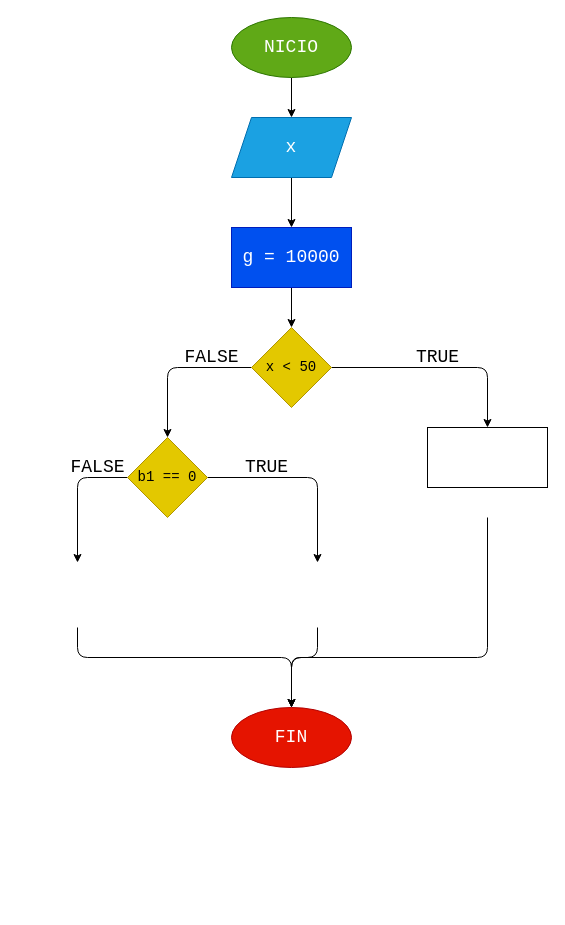
Before: Ejercicio_5/diagrama.drawio in JFEstevezC/Taller_Instrucciones_Condicionales, a draw.io diagram. Source tidied: cells renumbered, new cells numbered last; positions are measured from the earlier drawing's top-left corner, leaving out a move shared by most shapes. Both pictures are drawn from the tidied source at 100%, with x=0, y=0 at pixel (57, 17).
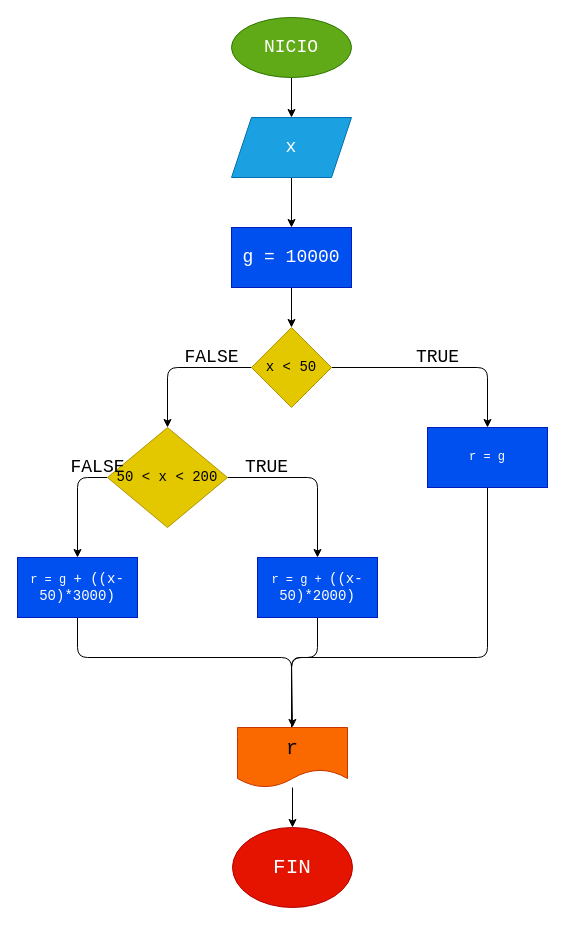
The same diagram, later.

The edit, as a diff of the source:
```diff
@@
-    <mxCell id="11" style="edgeStyle=none;html=1;entryX=0.5;entryY=0;entryDx=0;entryDy=0;fontFamily=Courier New;fontSize=18;" parent="1" edge="1" target="17">
+    <mxCell id="11" style="edgeStyle=none;html=1;entryX=0.5;entryY=0;entryDx=0;entryDy=0;fontFamily=Courier New;fontSize=18;exitX=0.5;exitY=1;exitDx=0;exitDy=0;" parent="1" edge="1" source="22">
       <mxGeometry relative="1" as="geometry">
-        <mxPoint x="430" y="500" as="sourcePoint" />
+        <mxPoint x="234" y="720" as="targetPoint" />
         <Array as="points">
           <mxPoint x="430" y="640" />
           <mxPoint x="234" y="640" />
         </Array>
       </mxGeometry>
     </mxCell>
-    <mxCell id="12" style="edgeStyle=none;html=1;fontFamily=Courier New;fontSize=18;" parent="1" edge="1" source="14">
+    <mxCell id="12" style="edgeStyle=none;html=1;fontFamily=Courier New;fontSize=18;entryX=0.5;entryY=0;entryDx=0;entryDy=0;" parent="1" edge="1" source="14" target="23">
       <mxGeometry relative="1" as="geometry">
-        <mxPoint x="260" y="545" as="targetPoint" />
         <Array as="points">
           <mxPoint x="260" y="460" />
         </Array>
       </mxGeometry>
     </mxCell>
-    <mxCell id="13" style="edgeStyle=none;html=1;fontFamily=Courier New;fontSize=18;" parent="1" edge="1" source="14">
+    <mxCell id="13" style="edgeStyle=none;html=1;fontFamily=Courier New;fontSize=18;entryX=0.5;entryY=0;entryDx=0;entryDy=0;" parent="1" edge="1" source="14" target="24">
       <mxGeometry relative="1" as="geometry">
-        <mxPoint x="20" y="545" as="targetPoint" />
         <Array as="points">
           <mxPoint x="20" y="460" />
         </Array>
       </mxGeometry>
     </mxCell>
-    <mxCell id="14" value="b1 == 0" style="rhombus;whiteSpace=wrap;html=1;fillColor=#e3c800;fontColor=#000000;strokeColor=#B09500;fontFamily=Courier New;fontSize=14;" parent="1" vertex="1">
-      <mxGeometry x="70" y="420" width="80" height="80" as="geometry" />
+    <mxCell id="14" value="50 &amp;lt; x &amp;lt; 200" style="rhombus;whiteSpace=wrap;html=1;fillColor=#e3c800;fontColor=#000000;strokeColor=#B09500;fontFamily=Courier New;fontSize=14;" parent="1" vertex="1">
+      <mxGeometry x="50" y="410" width="120" height="100" as="geometry" />
     </mxCell>
-    <mxCell id="15" style="edgeStyle=none;html=1;entryX=0.5;entryY=0;entryDx=0;entryDy=0;fontFamily=Courier New;fontSize=18;" parent="1" edge="1" target="17">
+    <mxCell id="15" style="edgeStyle=none;html=1;entryX=0.5;entryY=0;entryDx=0;entryDy=0;fontFamily=Courier New;fontSize=18;exitX=0.5;exitY=1;exitDx=0;exitDy=0;" parent="1" edge="1" source="23">
       <mxGeometry relative="1" as="geometry">
-        <mxPoint x="260" y="610" as="sourcePoint" />
+        <mxPoint x="234" y="720" as="targetPoint" />
         <Array as="points">
           <mxPoint x="260" y="640" />
           <mxPoint x="234" y="640" />
         </Array>
       </mxGeometry>
     </mxCell>
-    <mxCell id="16" style="edgeStyle=none;html=1;entryX=0.5;entryY=0;entryDx=0;entryDy=0;fontFamily=Courier New;fontSize=18;" parent="1" edge="1" target="17">
+    <mxCell id="16" style="edgeStyle=none;html=1;entryX=0.5;entryY=0;entryDx=0;entryDy=0;fontFamily=Courier New;fontSize=18;exitX=0.5;exitY=1;exitDx=0;exitDy=0;" parent="1" edge="1" source="24" target="26">
       <mxGeometry relative="1" as="geometry">
-        <mxPoint x="20" y="610" as="sourcePoint" />
         <Array as="points">
           <mxPoint x="20" y="640" />
           <mxPoint x="234" y="640" />
         </Array>
       </mxGeometry>
     </mxCell>
-    <mxCell id="17" value="FIN" style="ellipse;whiteSpace=wrap;html=1;fillColor=#e51400;fontColor=#ffffff;strokeColor=#B20000;fontFamily=Courier New;fontSize=18;" parent="1" vertex="1">
-      <mxGeometry x="174" y="690" width="120" height="60" as="geometry" />
-    </mxCell>
@@
-    <mxCell id="22" style="rounded=0;whiteSpace=wrap;html=1;" parent="1" vertex="1">
+    <mxCell id="22" value="r = g" style="rounded=0;whiteSpace=wrap;html=1;fillColor=#0050ef;fontColor=#ffffff;strokeColor=#001DBC;fontFamily=Courier New;" parent="1" vertex="1">
       <mxGeometry x="370" y="410" width="120" height="60" as="geometry" />
     </mxCell>
+    <mxCell id="23" value="&lt;font color=&quot;#ffffff&quot;&gt;r = g +&amp;nbsp;&lt;span style=&quot;font-size: 14px;&quot;&gt;((&lt;/span&gt;&lt;span style=&quot;font-size: 14px;&quot;&gt;x&lt;/span&gt;&lt;span style=&quot;font-size: 14px;&quot;&gt;-&lt;/span&gt;&lt;span style=&quot;font-size: 14px;&quot;&gt;50&lt;/span&gt;&lt;span style=&quot;font-size: 14px;&quot;&gt;)*&lt;/span&gt;&lt;span style=&quot;font-size: 14px;&quot;&gt;2000&lt;/span&gt;&lt;span style=&quot;font-size: 14px;&quot;&gt;)&lt;/span&gt;&lt;/font&gt;" style="rounded=0;whiteSpace=wrap;html=1;fillColor=#0050ef;fontColor=default;strokeColor=#001DBC;fontFamily=Courier New;" parent="1" vertex="1">
+      <mxGeometry x="200" y="540" width="120" height="60" as="geometry" />
+    </mxCell>
+    <mxCell id="24" value="r = g&amp;nbsp;&lt;span style=&quot;font-size: 14px;&quot;&gt;+ ((&lt;/span&gt;&lt;span style=&quot;font-size: 14px;&quot;&gt;x&lt;/span&gt;&lt;span style=&quot;font-size: 14px;&quot;&gt;-&lt;/span&gt;&lt;span style=&quot;font-size: 14px;&quot;&gt;50&lt;/span&gt;&lt;span style=&quot;font-size: 14px;&quot;&gt;)*&lt;/span&gt;&lt;span style=&quot;font-size: 14px;&quot;&gt;3000&lt;/span&gt;&lt;span style=&quot;font-size: 14px;&quot;&gt;)&lt;/span&gt;" style="rounded=0;whiteSpace=wrap;html=1;fillColor=#0050ef;fontColor=#ffffff;strokeColor=#001DBC;fontFamily=Courier New;" parent="1" vertex="1">
+      <mxGeometry x="-40" y="540" width="120" height="60" as="geometry" />
+    </mxCell>
+    <mxCell id="25" style="edgeStyle=none;html=1;fontFamily=Courier New;" parent="1" edge="1" source="26" target="17">
+      <mxGeometry relative="1" as="geometry" />
+    </mxCell>
+    <mxCell id="26" value="r" style="shape=document;whiteSpace=wrap;html=1;boundedLbl=1;fillColor=#fa6800;fontColor=#000000;strokeColor=#C73500;fontFamily=Courier New;fontSize=20;" parent="1" vertex="1">
+      <mxGeometry x="180" y="710" width="110" height="60" as="geometry" />
+    </mxCell>
+    <mxCell id="17" value="FIN" style="ellipse;whiteSpace=wrap;html=1;fillColor=#e51400;fontColor=#ffffff;strokeColor=#B20000;fontFamily=Courier New;fontSize=21;" parent="1" vertex="1">
+      <mxGeometry x="175" y="810" width="120" height="80" as="geometry" />
+    </mxCell>
```
